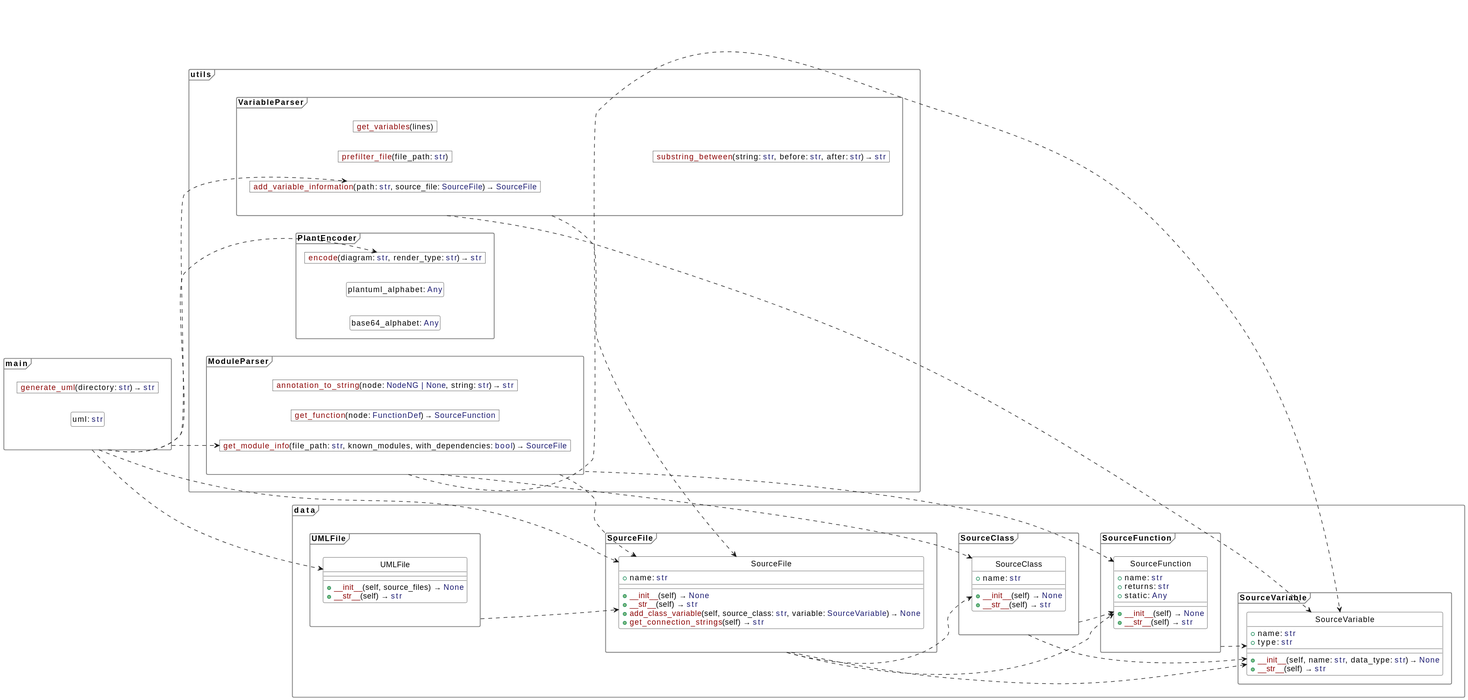
Before: example.svg, a diagram exported from PlantUML (Domi04151309/pypu).
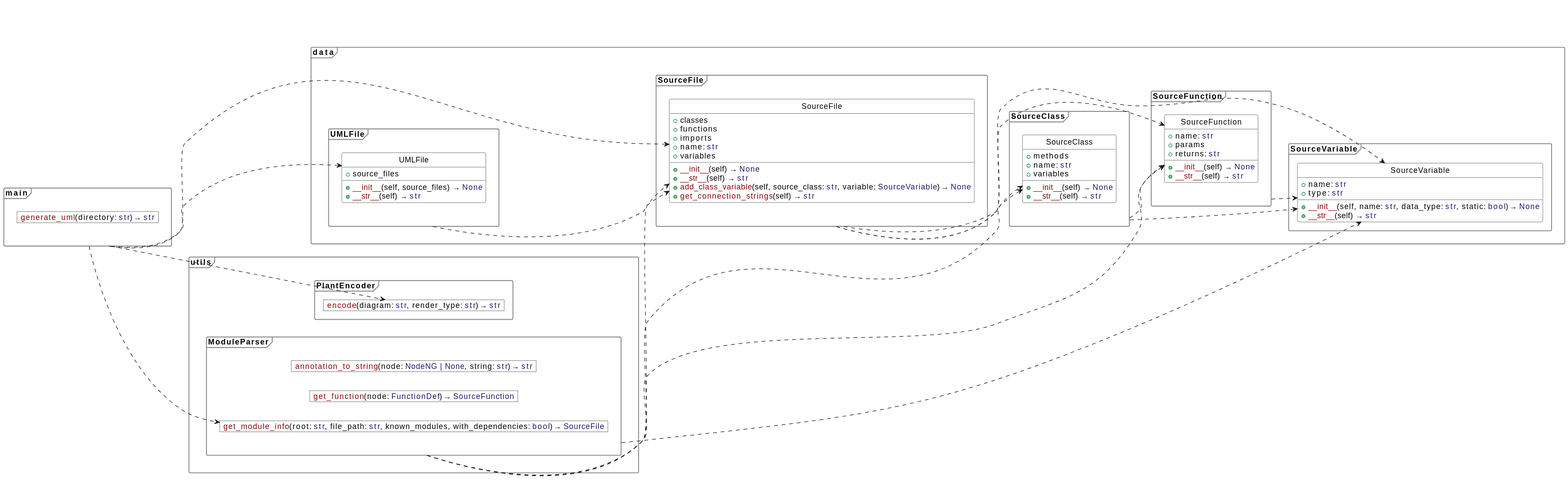
Later version of the same file.

What changed in the source:
```diff
@@ -8,12 +8,14 @@
 hide circle
 package .main {
 object "<color:DarkRed>generate_uml</color>(directory: <color:MidnightBlue>str</color>) → <color:MidnightBlue>str</color>" as generate_uml
-class "uml: <color:MidnightBlue>str</color>" as uml
 }
 package .data.SourceFile {
 class SourceFile {
++ classes
++ functions
++ imports
 + name: <color:MidnightBlue>str</color>
-__
++ variables
 __
 + <color:DarkRed>__init__</color>(self) → <color:MidnightBlue>None</color>
 + <color:DarkRed>__str__</color>(self) → <color:MidnightBlue>str</color>
@@ -24,9 +26,8 @@
 package .data.SourceFunction {
 class SourceFunction {
 + name: <color:MidnightBlue>str</color>
++ params
 + returns: <color:MidnightBlue>str</color>
-+ static: <color:MidnightBlue>Any</color>
-__
 __
 + <color:DarkRed>__init__</color>(self) → <color:MidnightBlue>None</color>
 + <color:DarkRed>__str__</color>(self) → <color:MidnightBlue>str</color>
@@ -34,8 +35,9 @@
 }
 package .data.SourceClass {
 class SourceClass {
++ methods
 + name: <color:MidnightBlue>str</color>
-__
++ variables
 __
 + <color:DarkRed>__init__</color>(self) → <color:MidnightBlue>None</color>
 + <color:DarkRed>__str__</color>(self) → <color:MidnightBlue>str</color>
@@ -46,40 +48,30 @@
 + name: <color:MidnightBlue>str</color>
 + type: <color:MidnightBlue>str</color>
 __
-__
-+ <color:DarkRed>__init__</color>(self, name: <color:MidnightBlue>str</color>, data_type: <color:MidnightBlue>str</color>) → <color:MidnightBlue>None</color>
++ <color:DarkRed>__init__</color>(self, name: <color:MidnightBlue>str</color>, data_type: <color:MidnightBlue>str</color>, static: <color:MidnightBlue>bool</color>) → <color:MidnightBlue>None</color>
 + <color:DarkRed>__str__</color>(self) → <color:MidnightBlue>str</color>
 }
 }
 package .data.UMLFile {
 class UMLFile {
-__
++ source_files
 __
 + <color:DarkRed>__init__</color>(self, source_files) → <color:MidnightBlue>None</color>
 + <color:DarkRed>__str__</color>(self) → <color:MidnightBlue>str</color>
 }
 }
-package .utils.VariableParser {
-object "<color:DarkRed>prefilter_file</color>(file_path: <color:MidnightBlue>str</color>)" as prefilter_file
-object "<color:DarkRed>get_variables</color>(lines)" as get_variables
-object "<color:DarkRed>add_variable_information</color>(path: <color:MidnightBlue>str</color>, source_file: <color:MidnightBlue>SourceFile</color>) → <color:MidnightBlue>SourceFile</color>" as add_variable_information
-object "<color:DarkRed>substring_between</color>(string: <color:MidnightBlue>str</color>, before: <color:MidnightBlue>str</color>, after: <color:MidnightBlue>str</color>) → <color:MidnightBlue>str</color>" as substring_between
-}
 package .utils.PlantEncoder {
 object "<color:DarkRed>encode</color>(diagram: <color:MidnightBlue>str</color>, render_type: <color:MidnightBlue>str</color>) → <color:MidnightBlue>str</color>" as encode
-class "plantuml_alphabet: <color:MidnightBlue>Any</color>" as plantuml_alphabet
-class "base64_alphabet: <color:MidnightBlue>Any</color>" as base64_alphabet
 }
 package .utils.ModuleParser {
 object "<color:DarkRed>annotation_to_string</color>(node: <color:MidnightBlue>NodeNG | None</color>, string: <color:MidnightBlue>str</color>) → <color:MidnightBlue>str</color>" as annotation_to_string
 object "<color:DarkRed>get_function</color>(node: <color:MidnightBlue>FunctionDef</color>) → <color:MidnightBlue>SourceFunction</color>" as get_function
-object "<color:DarkRed>get_module_info</color>(file_path: <color:MidnightBlue>str</color>, known_modules, with_dependencies: <color:MidnightBlue>bool</color>) → <color:MidnightBlue>SourceFile</color>" as get_module_info
+object "<color:DarkRed>get_module_info</color>(root: <color:MidnightBlue>str</color>, file_path: <color:MidnightBlue>str</color>, known_modules, with_dependencies: <color:MidnightBlue>bool</color>) → <color:MidnightBlue>SourceFile</color>" as get_module_info
 }
 .main ..> data.SourceFile.SourceFile
 .main ..> data.UMLFile.UMLFile
 .main ..> utils.ModuleParser.get_module_info
 .main ..> utils.PlantEncoder.encode
-.main ..> utils.VariableParser.add_variable_information
 .data.SourceFile ..> data.SourceClass.SourceClass
 .data.SourceFile ..> data.SourceFunction.SourceFunction
 .data.SourceFile ..> data.SourceVariable.SourceVariable
@@ -87,8 +79,6 @@
 .data.SourceClass ..> data.SourceFunction.SourceFunction
 .data.SourceClass ..> data.SourceVariable.SourceVariable
 .data.UMLFile ..> data.SourceFile.SourceFile
-.utils.VariableParser ..> data.SourceFile.SourceFile
-.utils.VariableParser ..> data.SourceVariable.SourceVariable
 .utils.ModuleParser ..> data.SourceFile.SourceFile
 .utils.ModuleParser ..> data.SourceClass.SourceClass
 .utils.ModuleParser ..> data.SourceFunction.SourceFunction
```
